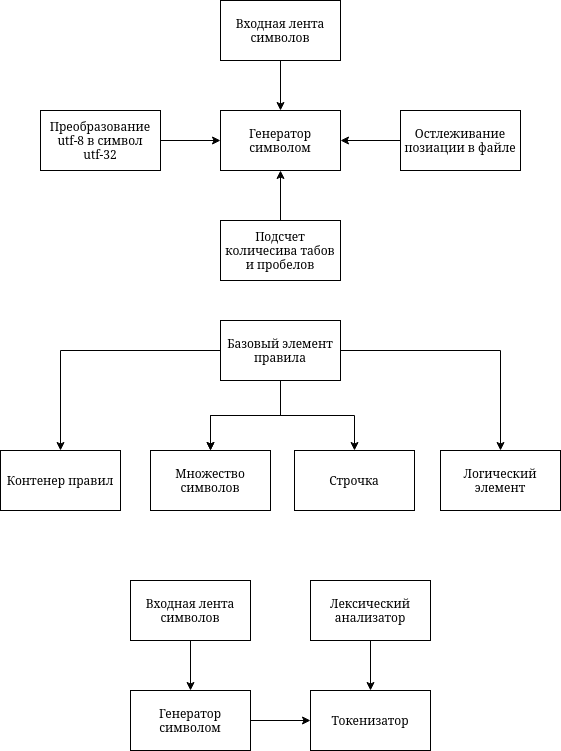
This is Untitled Diagram.drawio.png from Vaskozlov/test, a draw.io export, as it was before one commit. Source tidied: cells renumbered, new cells last; positions are measured from the earlier drawing's top-left corner, leaving out a move shared by most shapes.
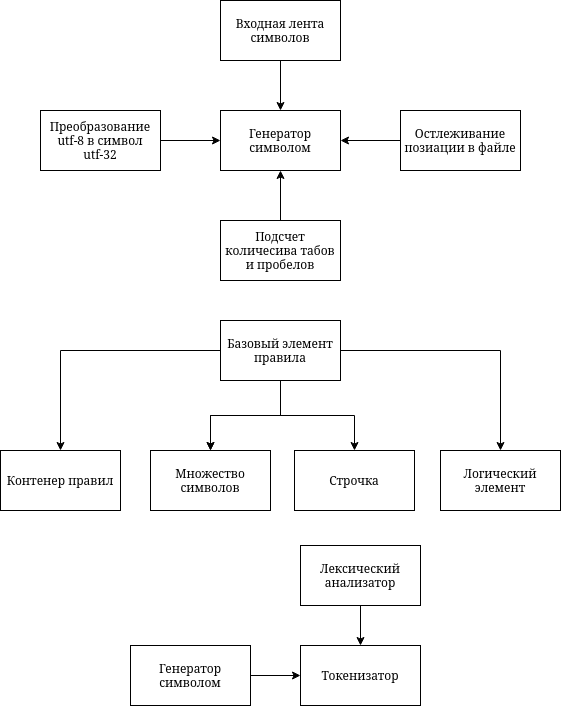
After the change.

Change to the diagram source:
```diff
@@ -33,22 +33,16 @@
       <mxGeometry relative="1" as="geometry" />
     </mxCell>
     <mxCell id="12" value="Лексический анализатор" style="rounded=0;whiteSpace=wrap;html=1;" parent="1" vertex="1">
-      <mxGeometry x="310" y="580" width="120" height="60" as="geometry" />
+      <mxGeometry x="300" y="545" width="120" height="60" as="geometry" />
     </mxCell>
     <mxCell id="13" value="Токенизатор" style="rounded=0;whiteSpace=wrap;html=1;" parent="1" vertex="1">
-      <mxGeometry x="310" y="690" width="120" height="60" as="geometry" />
+      <mxGeometry x="300" y="645" width="120" height="60" as="geometry" />
     </mxCell>
-    <mxCell id="14" style="edgeStyle=orthogonalEdgeStyle;rounded=0;jettySize=auto;html=1;" parent="1" edge="1" source="15" target="17">
-      <mxGeometry relative="1" as="geometry" />
-    </mxCell>
-    <mxCell id="15" value="Входная лента символов" style="rounded=0;whiteSpace=wrap;html=1;" parent="1" vertex="1">
-      <mxGeometry x="130" y="580" width="120" height="60" as="geometry" />
-    </mxCell>
-    <mxCell id="16" style="edgeStyle=orthogonalEdgeStyle;rounded=0;jettySize=auto;html=1;" parent="1" edge="1" source="17" target="13">
+    <mxCell id="16" style="edgeStyle=orthogonalEdgeStyle;rounded=0;jettySize=auto;html=1;entryX=0;entryY=0.5;entryDx=0;entryDy=0;" parent="1" edge="1" source="17" target="13">
       <mxGeometry relative="1" as="geometry" />
     </mxCell>
     <mxCell id="17" value="Генератор символом" style="whiteSpace=wrap;html=1;rounded=0;" parent="1" vertex="1">
-      <mxGeometry x="130" y="690" width="120" height="60" as="geometry" />
+      <mxGeometry x="130" y="645" width="120" height="60" as="geometry" />
     </mxCell>
     <mxCell id="18" style="edgeStyle=orthogonalEdgeStyle;rounded=0;jettySize=auto;html=1;" parent="1" edge="1" source="23" target="24">
       <mxGeometry relative="1" as="geometry" />
```
